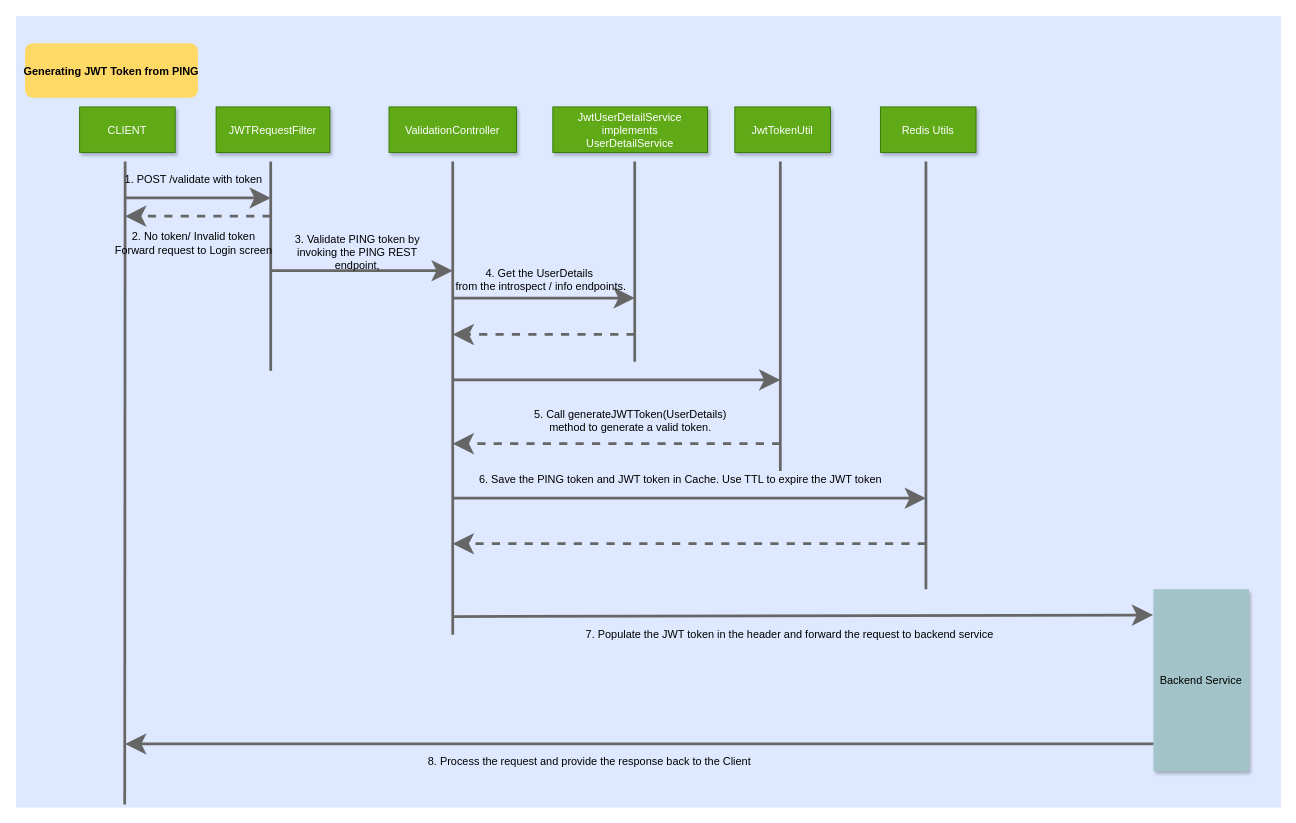
The draw.io diagram page "Azure JWT Token Generation" (4 of 11) of Micro service Auth/Authorization.drawio in neio100/orange, before the edit. Source tidied: cells renumbered, new cells numbered last; positions are measured from the earlier drawing's top-left corner, leaving out a move shared by most shapes. Both pictures are drawn from the tidied source at 91%, with x=0, y=0 at pixel (15, 15).
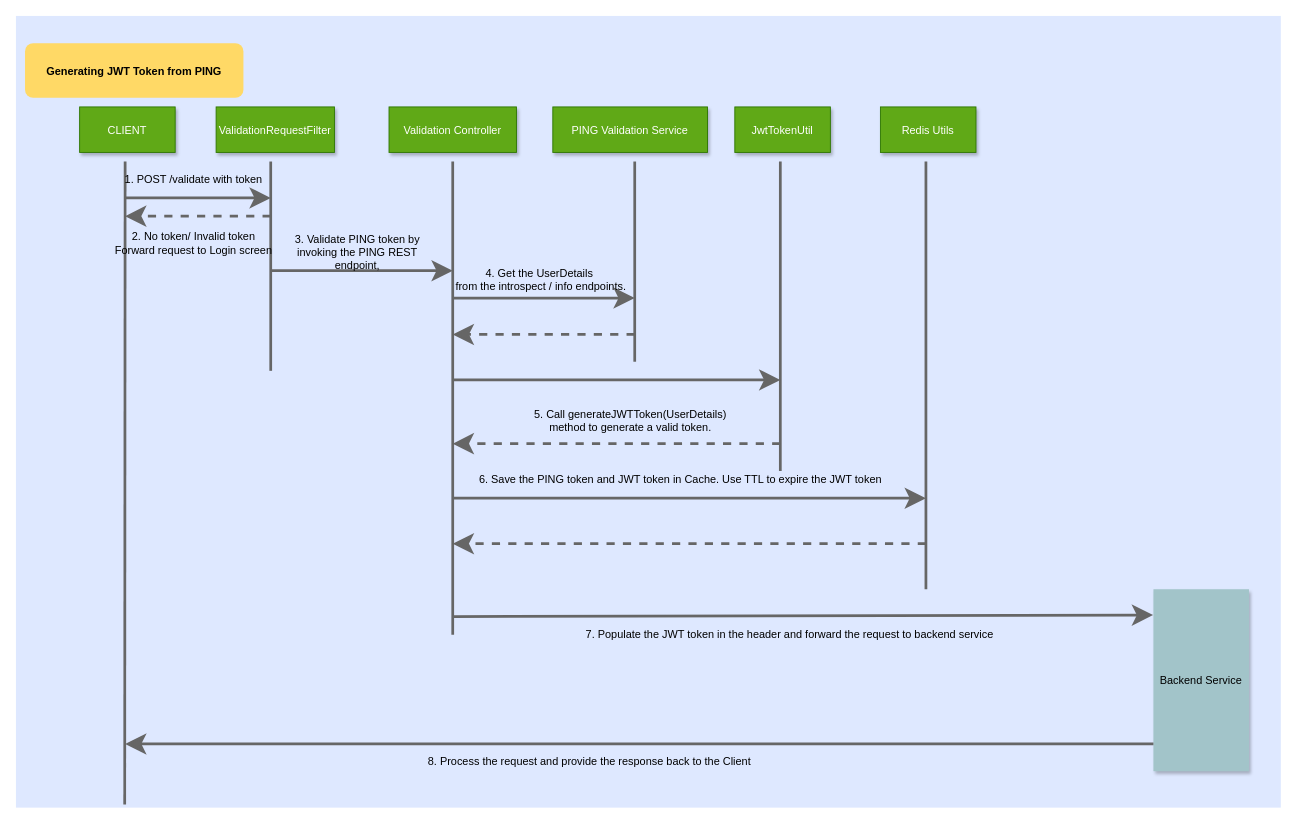
Above is the later version.

The edit, as a diff of the source:
```diff
@@
-    <mxCell id="4" value="JWTRequestFilter" style="shadow=1;fillColor=#60a917;strokeColor=#2D7600;fontColor=#ffffff;" parent="1" vertex="1">
-      <mxGeometry x="220" y="100" width="125" height="50" as="geometry" />
+    <mxCell id="4" value="ValidationRequestFilter" style="shadow=1;fillColor=#60a917;strokeColor=#2D7600;fontColor=#ffffff;" parent="1" vertex="1">
+      <mxGeometry x="220" y="100" width="130" height="50" as="geometry" />
     </mxCell>
-    <mxCell id="5" value="ValidationController" style="shadow=1;fillColor=#60a917;strokeColor=#2D7600;fontColor=#ffffff;" parent="1" vertex="1">
+    <mxCell id="5" value="Validation Controller" style="shadow=1;fillColor=#60a917;strokeColor=#2D7600;fontColor=#ffffff;" parent="1" vertex="1">
       <mxGeometry x="410" y="100" width="140" height="50" as="geometry" />
     </mxCell>
-    <mxCell id="6" value="JwtUserDetailService&#10;implements&#10;UserDetailService" style="shadow=1;fillColor=#60a917;strokeColor=#2D7600;fontColor=#ffffff;" parent="1" vertex="1">
+    <mxCell id="6" value="PING Validation Service" style="shadow=1;fillColor=#60a917;strokeColor=#2D7600;fontColor=#ffffff;" parent="1" vertex="1">
       <mxGeometry x="590" y="100" width="170" height="50" as="geometry" />
     </mxCell>
@@
     <mxCell id="9" value="Generating JWT Token from PING" style="rounded=1;fontStyle=1;fillColor=#FFD966;strokeColor=none;" parent="1" vertex="1">
-      <mxGeometry x="10" y="30" width="190" height="60" as="geometry" />
+      <mxGeometry x="10" y="30" width="240" height="60" as="geometry" />
     </mxCell>
```
